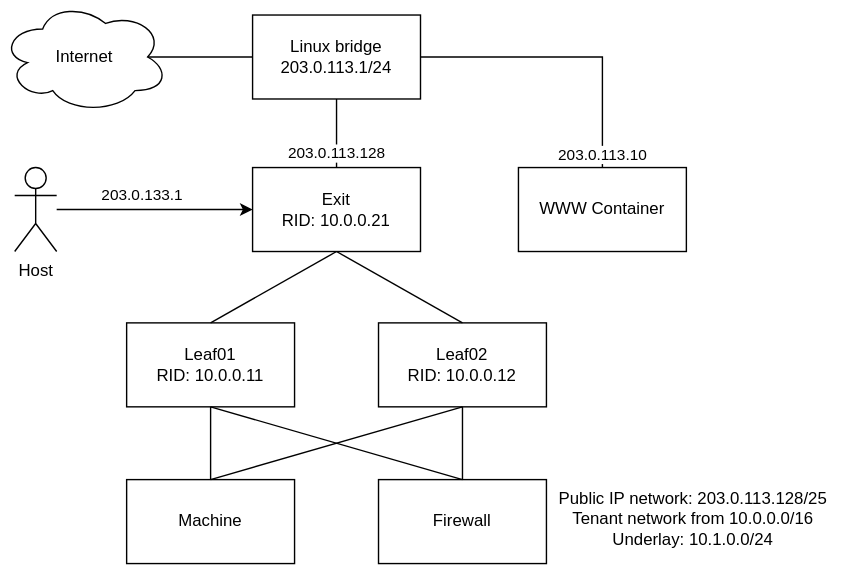
This is docs/network.svg from metal-stack/mini-lab, a draw.io export, as it was before one commit. Source tidied: cells renumbered, new cells last; positions are measured from the earlier drawing's top-left corner, leaving out a move shared by most shapes.
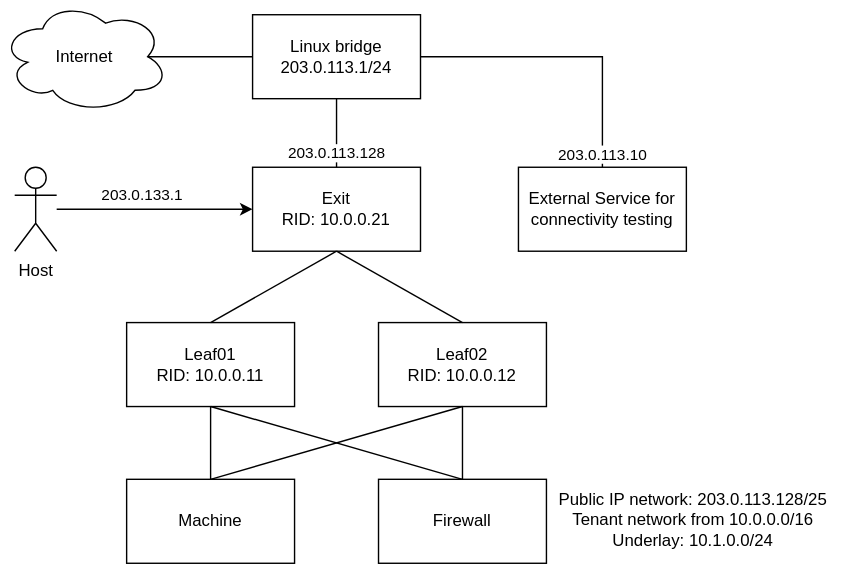
After the change.

Commit message:
Rename www to external_service

Diff of the diagram source:
```diff
@@ -17,7 +17,7 @@
     <mxCell id="6" value="Exit&lt;br&gt;RID: 10.0.0.21" style="rounded=0;whiteSpace=wrap;html=1;" parent="1" vertex="1">
       <mxGeometry x="180" y="119" width="120" height="60" as="geometry" />
     </mxCell>
-    <mxCell id="7" value="WWW Container" style="rounded=0;whiteSpace=wrap;html=1;" parent="1" vertex="1">
+    <mxCell id="7" value="External Service for connectivity testing" style="rounded=0;whiteSpace=wrap;html=1;" parent="1" vertex="1">
       <mxGeometry x="370" y="119" width="120" height="60" as="geometry" />
     </mxCell>
     <mxCell id="8" value="Linux bridge&lt;br&gt;203.0.113.1/24" style="rounded=0;whiteSpace=wrap;html=1;" parent="1" vertex="1">
```
